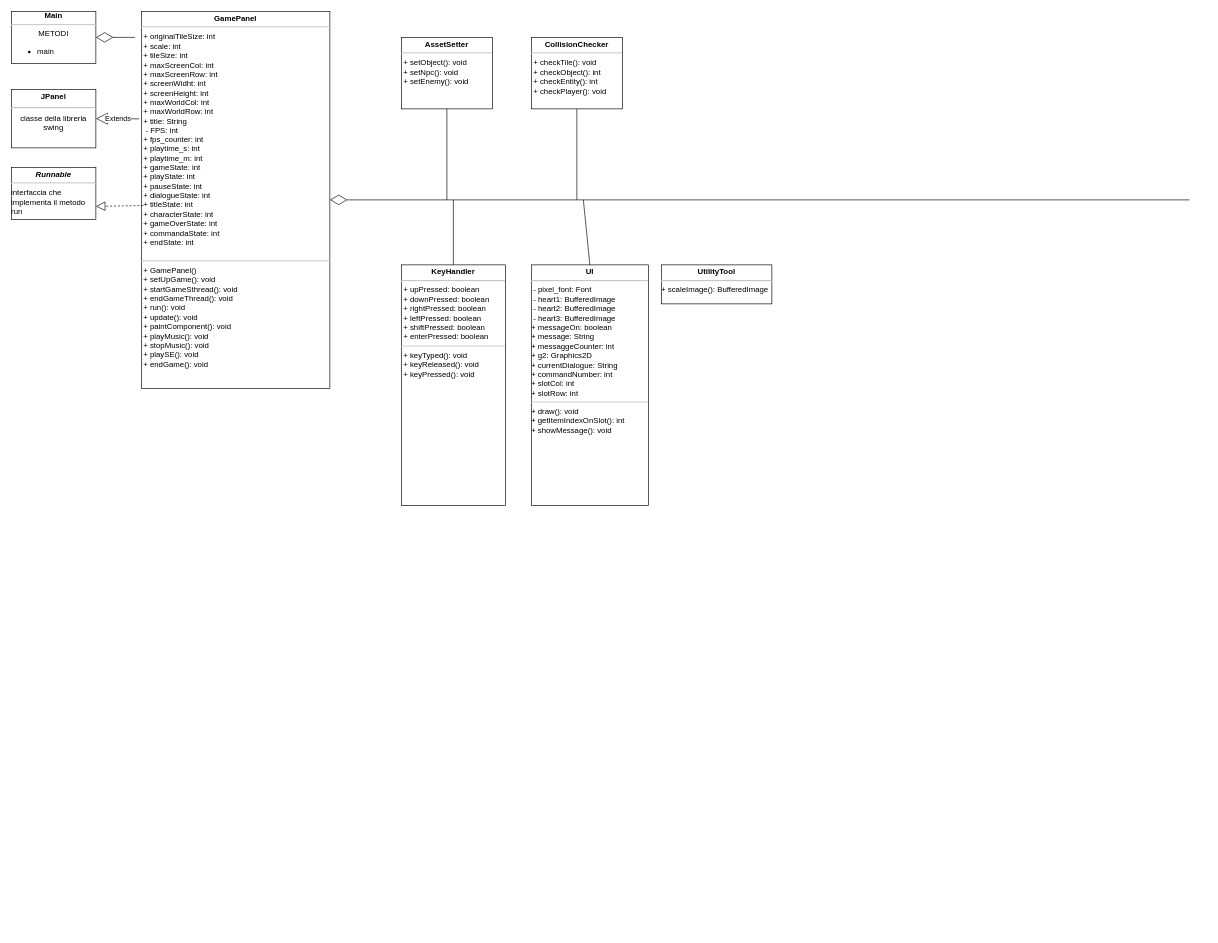
Before: UML/diagramma_classi.drawio in Tonello05/java_progetto_fine_anno, a draw.io diagram. Source tidied: cells renumbered, new cells numbered last; positions are measured from the earlier drawing's top-left corner, leaving out a move shared by most shapes. Both pictures are drawn from the tidied source at 65%, with x=0, y=0 at pixel (11, 11).
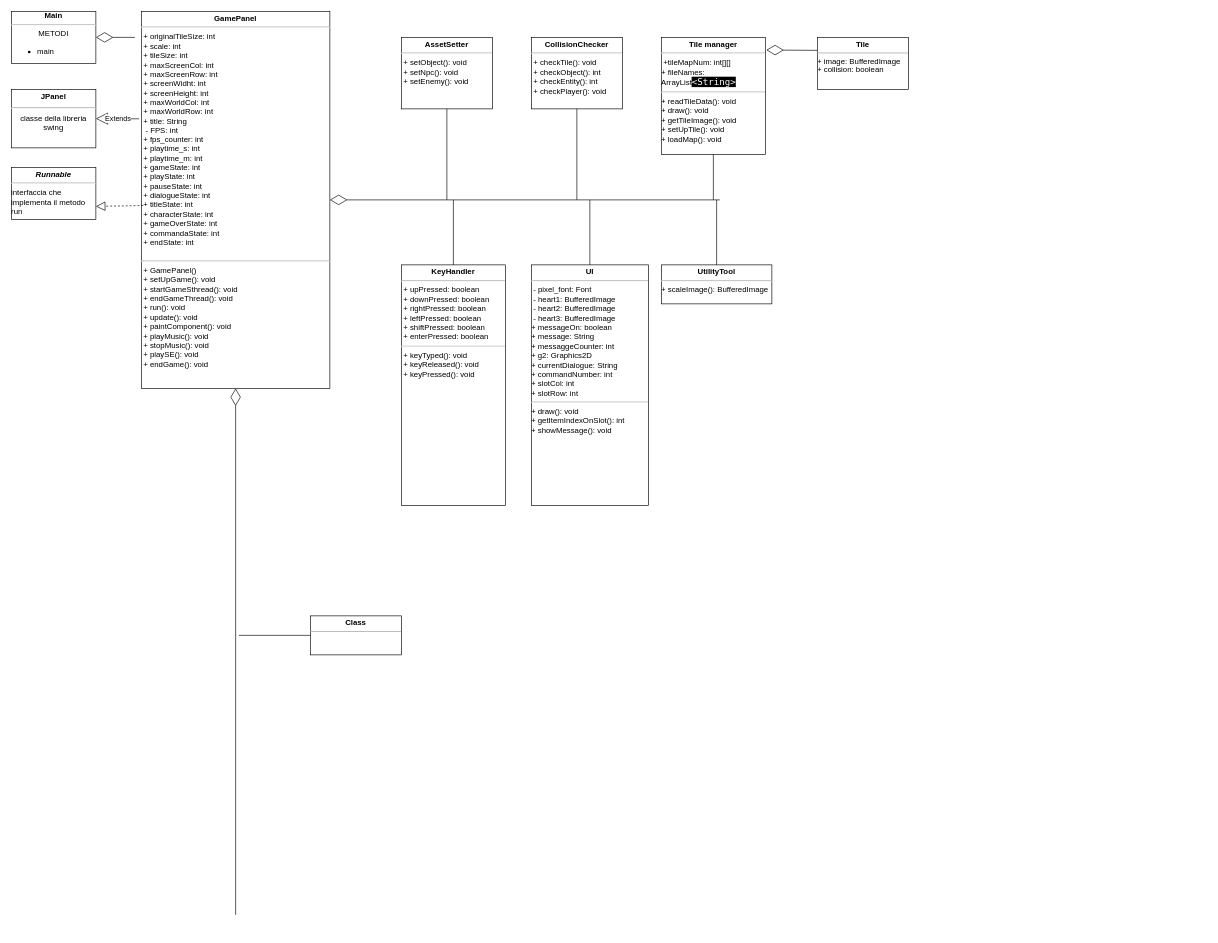
The same diagram, later.

The change refers to these unchanged cells:
```xml
<mxCell id="3" value="&lt;p style=&quot;text-align: center; margin: 4px 0px 0px;&quot;&gt;&lt;b&gt;GamePanel&lt;/b&gt;&lt;/p&gt;&lt;hr&gt;&amp;nbsp;+ originalTileSize: int&lt;br&gt;&amp;nbsp;+ scale: int&lt;br&gt;&amp;nbsp;+ tileSize: int&lt;br&gt;&amp;nbsp;+ maxScreenCol: int&lt;br&gt;&amp;nbsp;+ maxScreenRow: int&lt;br&gt;&amp;nbsp;+ screenWidht: int&lt;br&gt;&amp;nbsp;+ screenHeight: int&lt;br&gt;&amp;nbsp;+ maxWorldCol: int&lt;br&gt;&amp;nbsp;+ maxWorldRow: int&lt;br&gt;&amp;nbsp;+ title: String&lt;br&gt;&amp;nbsp; - FPS: int&lt;br&gt;&amp;nbsp;+ fps_counter: int&lt;br&gt;&amp;nbsp;+ playtime_s: int&lt;br&gt;&amp;nbsp;+ playtime_m: int&lt;br&gt;&amp;nbsp;+ gameState: int&lt;br&gt;&amp;nbsp;+ playState: int&lt;br&gt;&amp;nbsp;+ pauseState: int&lt;br&gt;&amp;nbsp;+ dialogueState: int&lt;br&gt;&amp;nbsp;+ titleState: int&lt;br&gt;&amp;nbsp;+ characterState: int&lt;br&gt;&amp;nbsp;+ gameOverState: int&lt;br&gt;&amp;nbsp;+ commandaState: int&lt;br&gt;&amp;nbsp;+ endState: int&lt;br&gt;&amp;nbsp;&lt;hr&gt;&amp;nbsp;+ GamePanel()&lt;br&gt;&amp;nbsp;+ setUpGame(): void&lt;br&gt;&amp;nbsp;+ startGameSthread(): void&lt;br&gt;&amp;nbsp;+ endGameThread(): void&lt;br&gt;&amp;nbsp;+ run(): void&lt;br&gt;&amp;nbsp;+ update(): void&lt;br&gt;&amp;nbsp;+ paintComponent(): void&lt;br&gt;&amp;nbsp;+ playMusic(): void&lt;br&gt;&amp;nbsp;+ stopMusic(): void&lt;br&gt;&amp;nbsp;+ playSE(): void&lt;br&gt;&amp;nbsp;+ endGame(): void&lt;br&gt;" style="verticalAlign=top;align=left;overflow=fill;fontSize=12;fontFamily=Helvetica;html=1;whiteSpace=wrap;" parent="1" vertex="1">
  <mxGeometry x="200" width="290" height="580" as="geometry" />
</mxCell>
<mxCell id="16" value="&lt;p style=&quot;margin:0px;margin-top:4px;text-align:center;&quot;&gt;&lt;b&gt;UI&lt;/b&gt;&lt;/p&gt;&lt;hr&gt;&amp;nbsp;- pixel_font: Font&lt;br&gt;&amp;nbsp;- heart1: BufferedImage&lt;br&gt;&amp;nbsp;- heart2: BufferedImage&lt;br&gt;&amp;nbsp;- heart3: BufferedImage&lt;br&gt;+ messageOn: boolean&lt;br&gt;+ message: String&lt;br&gt;+ messaggeCounter: int&lt;br&gt;+ g2: Graphics2D&lt;br&gt;+ currentDialogue: String&lt;br&gt;+ commandNumber: int&lt;br&gt;+ slotCol: int&lt;br&gt;+ slotRow: int&lt;hr&gt;+ draw(): void&lt;br&gt;+&amp;nbsp;getItemIndexOnSlot(): int&lt;br&gt;+&amp;nbsp;showMessage(): void&lt;br&gt;" style="verticalAlign=top;align=left;overflow=fill;fontSize=12;fontFamily=Helvetica;html=1;whiteSpace=wrap;" parent="1" vertex="1">
  <mxGeometry x="800" y="390" width="180" height="370" as="geometry" />
</mxCell>
<mxCell id="18" value="&lt;p style=&quot;margin:0px;margin-top:4px;text-align:center;&quot;&gt;&lt;b&gt;UtilityTool&lt;/b&gt;&lt;/p&gt;&lt;hr&gt;+ scaleImage(): BufferedImage" style="verticalAlign=top;align=left;overflow=fill;fontSize=12;fontFamily=Helvetica;html=1;whiteSpace=wrap;" parent="1" vertex="1">
  <mxGeometry x="1000" y="390" width="170" height="60" as="geometry" />
</mxCell>
```

What changed in the source:
```diff
@@
     <mxCell id="9" style="endArrow=diamondThin;endFill=0;endSize=24;html=1;rounded=0;entryX=1;entryY=0.5;entryDx=0;entryDy=0;" parent="1" edge="1" target="3">
       <mxGeometry relative="1" as="geometry">
-        <mxPoint x="1812.5" y="290" as="sourcePoint" />
+        <mxPoint x="1090" y="290" as="sourcePoint" />
       </mxGeometry>
     </mxCell>
@@
     <mxCell id="17" style="endArrow=none;html=1;rounded=0;entryX=0.5;entryY=0;entryDx=0;entryDy=0;" parent="1" edge="1" target="16">
       <mxGeometry relative="1" as="geometry">
-        <mxPoint x="880" y="290" as="sourcePoint" />
+        <mxPoint x="890" y="290" as="sourcePoint" />
       </mxGeometry>
     </mxCell>
@@
+    <mxCell id="19" style="endArrow=none;html=1;rounded=0;entryX=0.5;entryY=0;entryDx=0;entryDy=0;" parent="1" edge="1" target="18">
+      <mxGeometry relative="1" as="geometry">
+        <mxPoint x="1085" y="290" as="sourcePoint" />
+      </mxGeometry>
+    </mxCell>
+    <mxCell id="20" value="&lt;p style=&quot;margin:0px;margin-top:4px;text-align:center;&quot;&gt;&lt;b&gt;Tile manager&lt;/b&gt;&lt;/p&gt;&lt;hr&gt;&amp;nbsp;+tileMapNum: int[][]&lt;br&gt;+&amp;nbsp;fileNames: ArrayList&lt;span style=&quot;border: 0px solid rgb(217, 217, 227); box-sizing: border-box; --tw-border-spacing-x:0; --tw-border-spacing-y:0; --tw-translate-x:0; --tw-translate-y:0; --tw-rotate:0; --tw-skew-x:0; --tw-skew-y:0; --tw-scale-x:1; --tw-scale-y:1; --tw-pan-x: ; --tw-pan-y: ; --tw-pinch-zoom: ; --tw-scroll-snap-strictness:proximity; --tw-gradient-from-position: ; --tw-gradient-via-position: ; --tw-gradient-to-position: ; --tw-ordinal: ; --tw-slashed-zero: ; --tw-numeric-figure: ; --tw-numeric-spacing: ; --tw-numeric-fraction: ; --tw-ring-inset: ; --tw-ring-offset-width:0px; --tw-ring-offset-color:#fff; --tw-ring-color:rgba(69,89,164,0.5); --tw-ring-offset-shadow:0 0 transparent; --tw-ring-shadow:0 0 transparent; --tw-shadow:0 0 transparent; --tw-shadow-colored:0 0 transparent; --tw-blur: ; --tw-brightness: ; --tw-contrast: ; --tw-grayscale: ; --tw-hue-rotate: ; --tw-invert: ; --tw-saturate: ; --tw-sepia: ; --tw-drop-shadow: ; --tw-backdrop-blur: ; --tw-backdrop-brightness: ; --tw-backdrop-contrast: ; --tw-backdrop-grayscale: ; --tw-backdrop-hue-rotate: ; --tw-backdrop-invert: ; --tw-backdrop-opacity: ; --tw-backdrop-saturate: ; --tw-backdrop-sepia: ; color: rgb(255, 255, 255); font-family: &amp;quot;Söhne Mono&amp;quot;, Monaco, &amp;quot;Andale Mono&amp;quot;, &amp;quot;Ubuntu Mono&amp;quot;, monospace; font-size: 14px; background-color: rgb(0, 0, 0);&quot; class=&quot;xml&quot;&gt;&lt;span style=&quot;border: 0px solid rgb(217, 217, 227); box-sizing: border-box; --tw-border-spacing-x:0; --tw-border-spacing-y:0; --tw-translate-x:0; --tw-translate-y:0; --tw-rotate:0; --tw-skew-x:0; --tw-skew-y:0; --tw-scale-x:1; --tw-scale-y:1; --tw-pan-x: ; --tw-pan-y: ; --tw-pinch-zoom: ; --tw-scroll-snap-strictness:proximity; --tw-gradient-from-position: ; --tw-gradient-via-position: ; --tw-gradient-to-position: ; --tw-ordinal: ; --tw-slashed-zero: ; --tw-numeric-figure: ; --tw-numeric-spacing: ; --tw-numeric-fraction: ; --tw-ring-inset: ; --tw-ring-offset-width:0px; --tw-ring-offset-color:#fff; --tw-ring-color:rgba(69,89,164,0.5); --tw-ring-offset-shadow:0 0 transparent; --tw-ring-shadow:0 0 transparent; --tw-shadow:0 0 transparent; --tw-shadow-colored:0 0 transparent; --tw-blur: ; --tw-brightness: ; --tw-contrast: ; --tw-grayscale: ; --tw-hue-rotate: ; --tw-invert: ; --tw-saturate: ; --tw-sepia: ; --tw-drop-shadow: ; --tw-backdrop-blur: ; --tw-backdrop-brightness: ; --tw-backdrop-contrast: ; --tw-backdrop-grayscale: ; --tw-backdrop-hue-rotate: ; --tw-backdrop-invert: ; --tw-backdrop-opacity: ; --tw-backdrop-saturate: ; --tw-backdrop-sepia: ;&quot; class=&quot;hljs-tag&quot;&gt;&amp;lt;&lt;span style=&quot;border: 0px solid rgb(217, 217, 227); box-sizing: border-box; --tw-border-spacing-x:0; --tw-border-spacing-y:0; --tw-translate-x:0; --tw-translate-y:0; --tw-rotate:0; --tw-skew-x:0; --tw-skew-y:0; --tw-scale-x:1; --tw-scale-y:1; --tw-pan-x: ; --tw-pan-y: ; --tw-pinch-zoom: ; --tw-scroll-snap-strictness:proximity; --tw-gradient-from-position: ; --tw-gradient-via-position: ; --tw-gradient-to-position: ; --tw-ordinal: ; --tw-slashed-zero: ; --tw-numeric-figure: ; --tw-numeric-spacing: ; --tw-numeric-fraction: ; --tw-ring-inset: ; --tw-ring-offset-width:0px; --tw-ring-offset-color:#fff; --tw-ring-color:rgba(69,89,164,0.5); --tw-ring-offset-shadow:0 0 transparent; --tw-ring-shadow:0 0 transparent; --tw-shadow:0 0 transparent; --tw-shadow-colored:0 0 transparent; --tw-blur: ; --tw-brightness: ; --tw-contrast: ; --tw-grayscale: ; --tw-hue-rotate: ; --tw-invert: ; --tw-saturate: ; --tw-sepia: ; --tw-drop-shadow: ; --tw-backdrop-blur: ; --tw-backdrop-brightness: ; --tw-backdrop-contrast: ; --tw-backdrop-grayscale: ; --tw-backdrop-hue-rotate: ; --tw-backdrop-invert: ; --tw-backdrop-opacity: ; --tw-backdrop-saturate: ; --tw-backdrop-sepia: ;&quot; class=&quot;hljs-name&quot;&gt;String&lt;/span&gt;&amp;gt;&lt;/span&gt;&lt;/span&gt;&lt;hr&gt;+ readTileData(): void&lt;br&gt;+ draw(): void&lt;br&gt;+ getTileImage(): void&lt;br&gt;+ setUpTile(): void&lt;br&gt;+ loadMap(): void" style="verticalAlign=top;align=left;overflow=fill;fontSize=12;fontFamily=Helvetica;html=1;whiteSpace=wrap;" parent="1" vertex="1">
+      <mxGeometry x="1000" y="40" width="160" height="180" as="geometry" />
+    </mxCell>
+    <mxCell id="21" style="endArrow=none;html=1;rounded=0;entryX=0.5;entryY=1;entryDx=0;entryDy=0;" parent="1" edge="1" target="20">
+      <mxGeometry relative="1" as="geometry">
+        <mxPoint x="1080" y="290" as="sourcePoint" />
+      </mxGeometry>
+    </mxCell>
+    <mxCell id="22" style="endArrow=diamondThin;endFill=0;endSize=24;html=1;rounded=0;entryX=1.009;entryY=0.108;entryDx=0;entryDy=0;exitX=0;exitY=0.25;exitDx=0;exitDy=0;entryPerimeter=0;" parent="1" edge="1" source="23" target="20">
+      <mxGeometry relative="1" as="geometry" />
+    </mxCell>
+    <mxCell id="23" value="&lt;p style=&quot;margin:0px;margin-top:4px;text-align:center;&quot;&gt;&lt;b&gt;Tile&lt;/b&gt;&lt;/p&gt;&lt;hr size=&quot;1&quot;&gt;&lt;div style=&quot;height:2px;&quot;&gt;+ image: BufferedImage&lt;/div&gt;&lt;div style=&quot;height:2px;&quot;&gt;&lt;br&gt;&lt;/div&gt;&lt;div style=&quot;height:2px;&quot;&gt;&lt;br&gt;&lt;/div&gt;&lt;div style=&quot;height:2px;&quot;&gt;&lt;br&gt;&lt;/div&gt;&lt;div style=&quot;height:2px;&quot;&gt;&lt;br&gt;&lt;/div&gt;&lt;div style=&quot;height:2px;&quot;&gt;&lt;br&gt;&lt;/div&gt;&lt;div style=&quot;height:2px;&quot;&gt;+ collision: boolean&lt;/div&gt;&lt;div style=&quot;height:2px;&quot;&gt;&lt;br&gt;&lt;/div&gt;" style="verticalAlign=top;align=left;overflow=fill;fontSize=12;fontFamily=Helvetica;html=1;whiteSpace=wrap;" parent="1" vertex="1">
+      <mxGeometry x="1240" y="40" width="140" height="80" as="geometry" />
+    </mxCell>
+    <mxCell id="24" style="endArrow=diamondThin;endFill=0;endSize=24;html=1;rounded=0;entryX=0.5;entryY=1;entryDx=0;entryDy=0;" parent="1" edge="1" target="3">
+      <mxGeometry relative="1" as="geometry">
+        <mxPoint x="345" y="1390" as="sourcePoint" />
+      </mxGeometry>
+    </mxCell>
+    <mxCell id="25" value="&lt;p style=&quot;margin:0px;margin-top:4px;text-align:center;&quot;&gt;&lt;b&gt;Class&lt;/b&gt;&lt;/p&gt;&lt;hr size=&quot;1&quot;/&gt;&lt;div style=&quot;height:2px;&quot;&gt;&lt;/div&gt;" style="verticalAlign=top;align=left;overflow=fill;fontSize=12;fontFamily=Helvetica;html=1;whiteSpace=wrap;" parent="1" vertex="1">
+      <mxGeometry x="460" y="930" width="140" height="60" as="geometry" />
+    </mxCell>
+    <mxCell id="26" style="endArrow=none;html=1;rounded=0;exitX=0;exitY=0.5;exitDx=0;exitDy=0;" parent="1" edge="1" source="25">
+      <mxGeometry relative="1" as="geometry">
+        <mxPoint x="350" y="960" as="targetPoint" />
+      </mxGeometry>
+    </mxCell>
```
